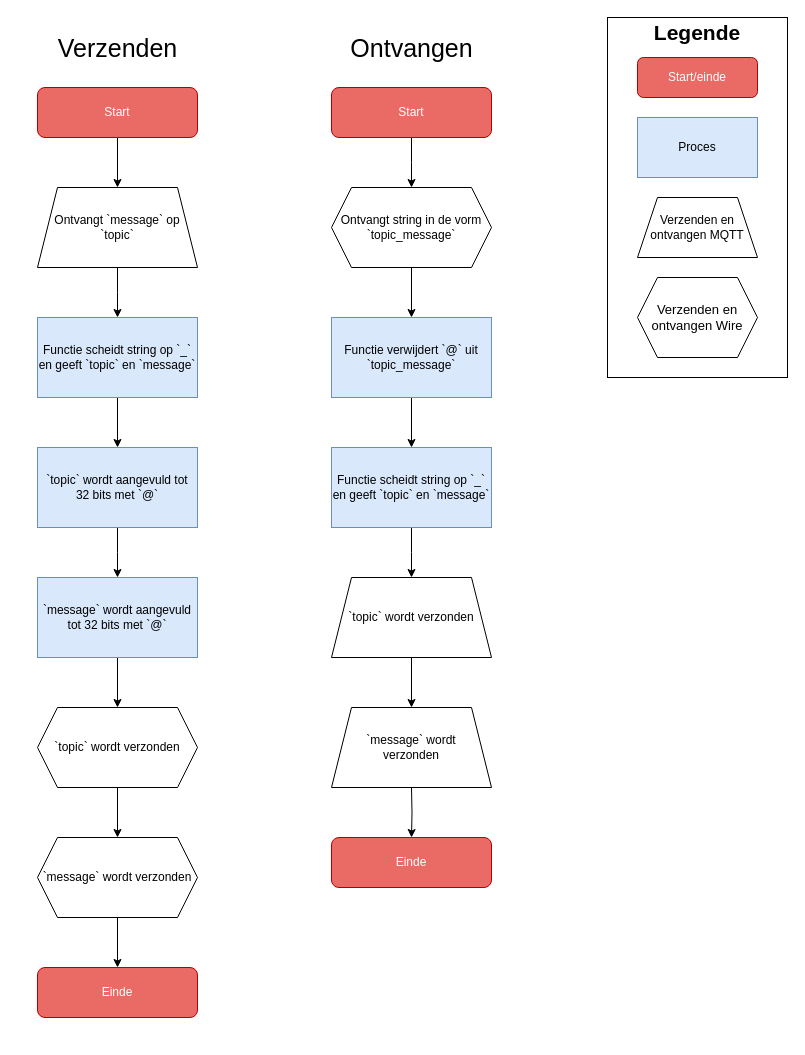
This is assets/Flowchart/flowchart_MCU.drawio from nickmansrob/pno2-beans, a draw.io file, before an edit. Source tidied: cells renumbered, new cells numbered last; positions are measured from the earlier drawing's top-left corner, leaving out a move shared by most shapes. Both pictures are drawn from the tidied source at 100%, with x=0, y=0 at pixel (37, 17).
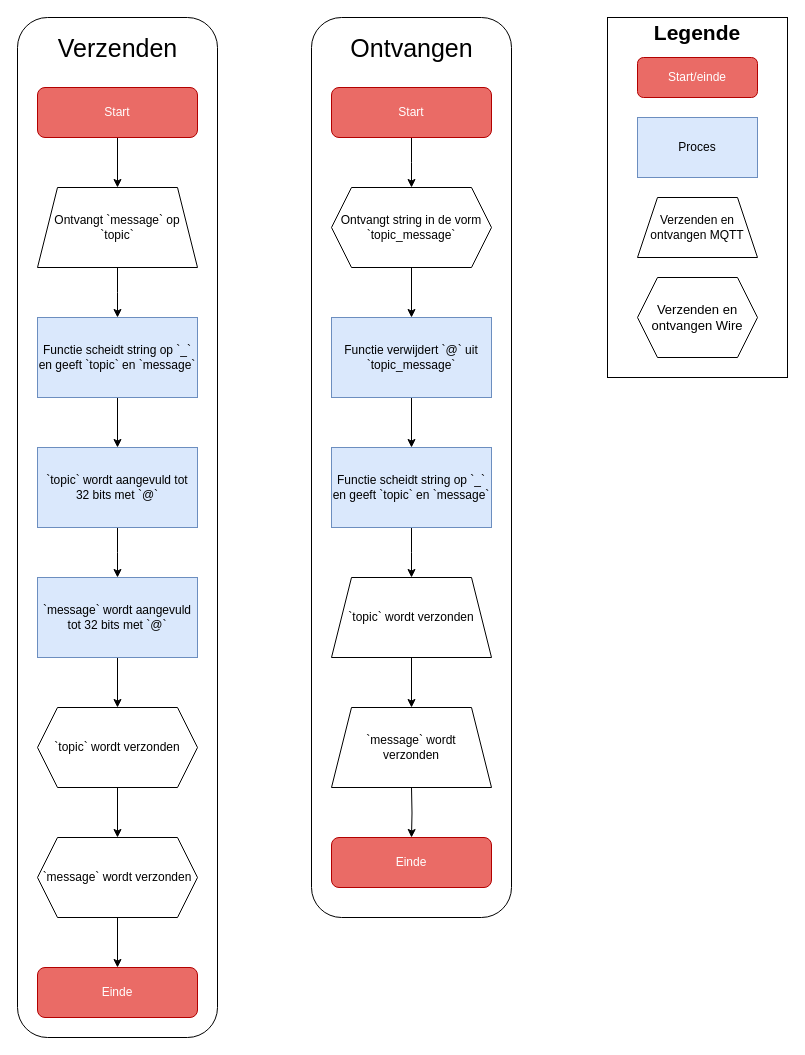
Above is the later version.

Commit message (it also covers changes not shown here):
Flowchart updates and added belt emptier

Change to the diagram source:
```diff
@@
+    <mxCell id="39" style="rounded=1;whiteSpace=wrap;html=1;fontSize=12;fillColor=none;" parent="1" vertex="1">
+      <mxGeometry x="-20" width="200" height="1020" as="geometry" />
+    </mxCell>
+    <mxCell id="40" style="rounded=1;whiteSpace=wrap;html=1;fontSize=12;fillColor=none;" parent="1" vertex="1">
+      <mxGeometry x="274" width="200" height="900" as="geometry" />
+    </mxCell>
```
